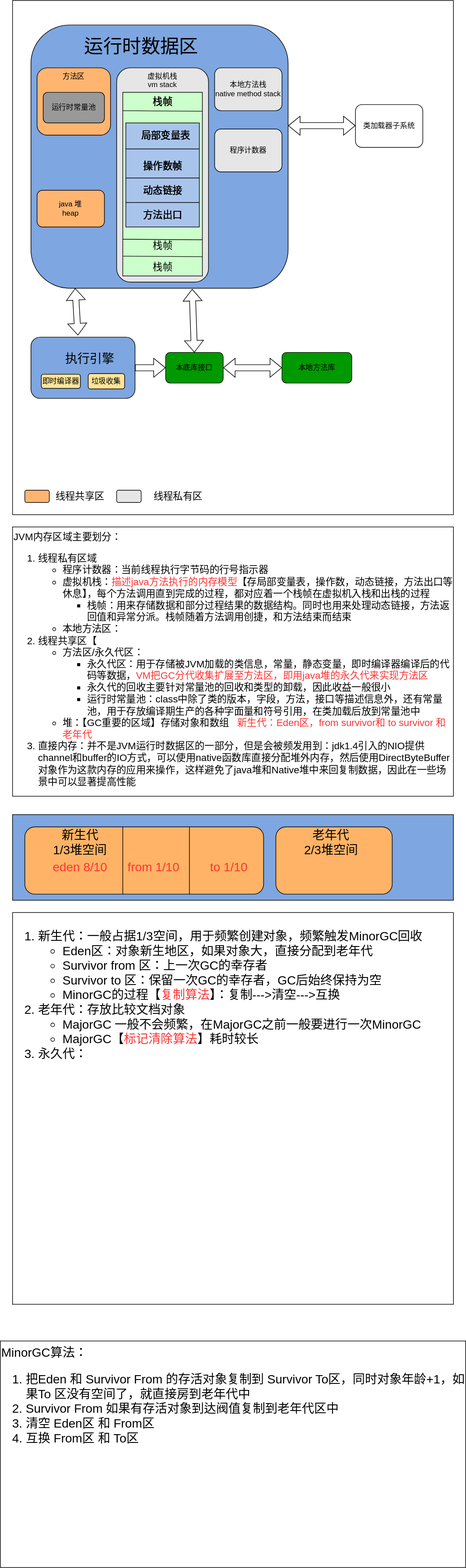
Above: java/jvm.svg in lore-study/java-picture-bed (draw.io), before the change. Source tidied: cells renumbered, new cells last; positions are measured from the earlier drawing's top-left corner, leaving out a move shared by most shapes.
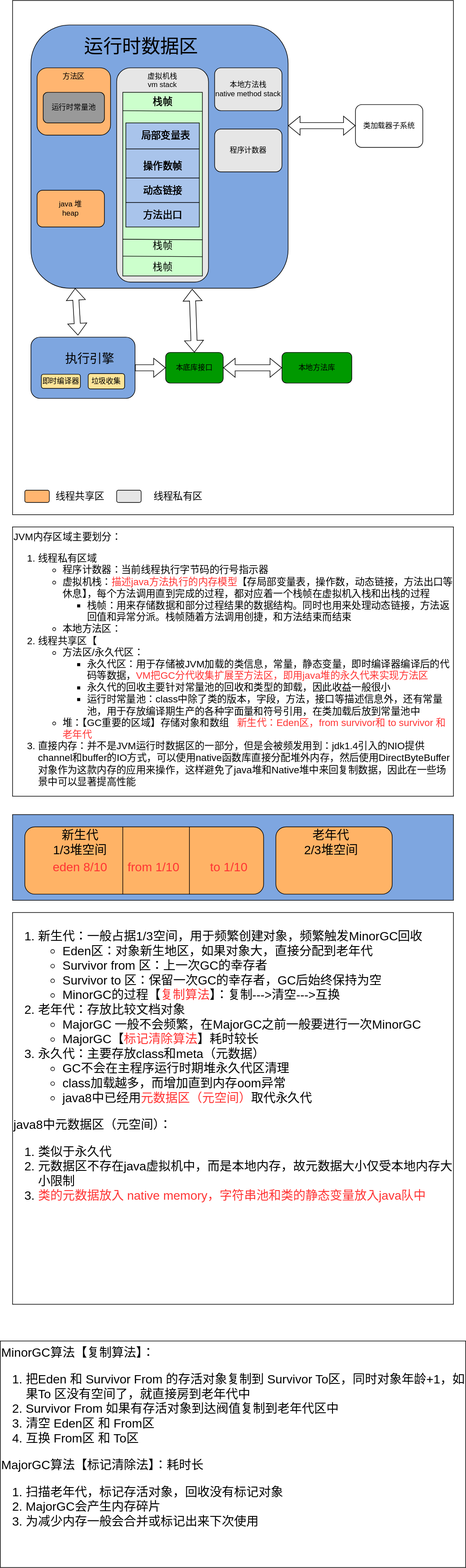
The same file after the commit.

What changed in the source:
```diff
@@ -227,7 +227,7 @@
     <mxCell id="71" style="rounded=1;whiteSpace=wrap;html=1;fillColor=#E6E6E6;" parent="67" vertex="1">
       <mxGeometry x="150" width="40" height="20" as="geometry" />
     </mxCell>
-    <mxCell id="72" value="&lt;ol&gt;&lt;li&gt;&lt;font&gt;新生代：一般占据1/3空间，用于频繁创建对象，频繁触发MinorGC回收&lt;/font&gt;&lt;/li&gt;&lt;ul&gt;&lt;li&gt;&lt;font&gt;Eden区：对象新生地区，如果对象大，直接分配到老年代&lt;/font&gt;&lt;/li&gt;&lt;li&gt;Survivor from 区：上一次GC的幸存者&lt;/li&gt;&lt;li&gt;Survivor to 区：保留一次GC的幸存者，GC后始终保持为空&lt;/li&gt;&lt;li&gt;MinorGC的过程【&lt;font color=&quot;#ff3333&quot;&gt;复制算法&lt;/font&gt;】：复制---&amp;gt;清空---&amp;gt;互换&lt;br&gt;&lt;/li&gt;&lt;/ul&gt;&lt;li&gt;&lt;font&gt;老年代：存放比较文档对象&lt;/font&gt;&lt;/li&gt;&lt;ul&gt;&lt;li&gt;&lt;font&gt;MajorGC 一般不会频繁，在MajorGC之前一般要进行一次MinorGC&lt;br&gt;&lt;/font&gt;&lt;/li&gt;&lt;li&gt;&lt;font&gt;MajorGC【&lt;font color=&quot;#ff3333&quot;&gt;标记清除算法&lt;/font&gt;】耗时较长&lt;br&gt;&lt;/font&gt;&lt;/li&gt;&lt;/ul&gt;&lt;li&gt;&lt;font&gt;永久代：&lt;/font&gt;&lt;/li&gt;&lt;/ol&gt;" style="rounded=0;whiteSpace=wrap;html=1;labelBackgroundColor=none;fontSize=20;fontColor=#000000;fillColor=#FFFFFF;verticalAlign=top;align=left;" parent="1" vertex="1">
+    <mxCell id="72" value="&lt;ol&gt;&lt;li&gt;&lt;font&gt;新生代：一般占据1/3空间，用于频繁创建对象，频繁触发MinorGC回收&lt;/font&gt;&lt;/li&gt;&lt;ul&gt;&lt;li&gt;&lt;font&gt;Eden区：对象新生地区，如果对象大，直接分配到老年代&lt;/font&gt;&lt;/li&gt;&lt;li&gt;Survivor from 区：上一次GC的幸存者&lt;/li&gt;&lt;li&gt;Survivor to 区：保留一次GC的幸存者，GC后始终保持为空&lt;/li&gt;&lt;li&gt;MinorGC的过程【&lt;font color=&quot;#ff3333&quot;&gt;复制算法&lt;/font&gt;】：复制---&amp;gt;清空---&amp;gt;互换&lt;br&gt;&lt;/li&gt;&lt;/ul&gt;&lt;li&gt;&lt;font&gt;老年代：存放比较文档对象&lt;/font&gt;&lt;/li&gt;&lt;ul&gt;&lt;li&gt;&lt;font&gt;MajorGC 一般不会频繁，在MajorGC之前一般要进行一次MinorGC&lt;br&gt;&lt;/font&gt;&lt;/li&gt;&lt;li&gt;&lt;font&gt;MajorGC【&lt;font color=&quot;#ff3333&quot;&gt;标记清除算法&lt;/font&gt;】耗时较长&lt;br&gt;&lt;/font&gt;&lt;/li&gt;&lt;/ul&gt;&lt;li&gt;&lt;font&gt;永久代：主要存放class和meta（元数据）&lt;/font&gt;&lt;/li&gt;&lt;ul&gt;&lt;li&gt;&lt;font&gt;GC不会在主程序运行时期堆永久代区清理&lt;/font&gt;&lt;/li&gt;&lt;li&gt;class加载越多，而增加直到内存oom异常&lt;/li&gt;&lt;li&gt;java8中已经用&lt;font color=&quot;#ff3333&quot;&gt;元数据区（元空间）&lt;/font&gt;取代永久代&lt;/li&gt;&lt;/ul&gt;&lt;/ol&gt;&lt;div&gt;java8中元数据区（元空间）：&lt;/div&gt;&lt;div&gt;&lt;ol&gt;&lt;li&gt;类似于永久代&lt;/li&gt;&lt;li&gt;元数据区不存在java虚拟机中，而是本地内存，故元数据大小仅受本地内存大小限制&lt;/li&gt;&lt;li&gt;&lt;font color=&quot;#ff3333&quot;&gt;类的元数据放入 native memory，字符串池和类的静态变量放入java队中&lt;/font&gt;&lt;/li&gt;&lt;/ol&gt;&lt;/div&gt;&lt;div&gt;&lt;br&gt;&lt;/div&gt;" style="rounded=0;whiteSpace=wrap;html=1;labelBackgroundColor=none;fontSize=20;fontColor=#000000;fillColor=#FFFFFF;verticalAlign=top;align=left;" parent="1" vertex="1">
       <mxGeometry x="20" y="1490" width="720" height="640" as="geometry" />
     </mxCell>
     <mxCell id="73" style="rounded=0;whiteSpace=wrap;html=1;labelBackgroundColor=none;fontSize=20;fontColor=#FF3333;fillColor=#7EA6E0;" parent="1" vertex="1">
@@ -266,7 +266,7 @@
     <mxCell id="82" value="eden 8/10" style="text;html=1;align=center;verticalAlign=middle;fillColor=none;strokeColor=none;rounded=0;labelBackgroundColor=none;fontSize=20;fontColor=#FF3333;" parent="1" vertex="1">
       <mxGeometry x="80" y="1400" width="100" height="30" as="geometry" />
     </mxCell>
-    <mxCell id="83" value="&lt;span style=&quot;color: rgb(0 , 0 , 0)&quot;&gt;MinorGC算法：&lt;br&gt;&lt;ol&gt;&lt;li&gt;&lt;span style=&quot;color: rgb(0 , 0 , 0)&quot;&gt;把Eden 和 Survivor From 的存活对象复制到 Survivor To区，同时对象年龄+1，如果To 区没有空间了，就直接房到老年代中&lt;/span&gt;&lt;/li&gt;&lt;li&gt;&lt;span style=&quot;color: rgb(0 , 0 , 0)&quot;&gt;Survivor From 如果有存活对象到达阀值复制到老年代区中&lt;br&gt;&lt;/span&gt;&lt;/li&gt;&lt;li&gt;&lt;span style=&quot;color: rgb(0 , 0 , 0)&quot;&gt;清空 Eden区 和 From区&lt;/span&gt;&lt;/li&gt;&lt;li&gt;&lt;span style=&quot;color: rgb(0 , 0 , 0)&quot;&gt;互换 From区 和 To区&lt;/span&gt;&lt;/li&gt;&lt;/ol&gt;&lt;br&gt;&lt;/span&gt;" style="rounded=0;whiteSpace=wrap;html=1;labelBackgroundColor=none;fontSize=20;fontColor=#FF3333;fillColor=#FFFFFF;align=left;verticalAlign=top;" parent="1" vertex="1">
+    <mxCell id="83" value="&lt;font color=&quot;#000000&quot;&gt;MinorGC算法【复制算法】：&lt;/font&gt;&lt;br&gt;&lt;ol style=&quot;color: rgb(0 , 0 , 0)&quot;&gt;&lt;li&gt;&lt;span style=&quot;color: rgb(0 , 0 , 0)&quot;&gt;把Eden 和 Survivor From 的存活对象复制到 Survivor To区，同时对象年龄+1，如果To 区没有空间了，就直接房到老年代中&lt;/span&gt;&lt;/li&gt;&lt;li&gt;&lt;span style=&quot;color: rgb(0 , 0 , 0)&quot;&gt;Survivor From 如果有存活对象到达阀值复制到老年代区中&lt;br&gt;&lt;/span&gt;&lt;/li&gt;&lt;li&gt;&lt;span style=&quot;color: rgb(0 , 0 , 0)&quot;&gt;清空 Eden区 和 From区&lt;/span&gt;&lt;/li&gt;&lt;li&gt;&lt;span style=&quot;color: rgb(0 , 0 , 0)&quot;&gt;互换 From区 和 To区&lt;/span&gt;&lt;/li&gt;&lt;/ol&gt;&lt;font color=&quot;#000000&quot;&gt;MajorGC算法【标记清除法】：&lt;/font&gt;&lt;span style=&quot;color: rgb(0 , 0 , 0)&quot;&gt;耗时长&lt;/span&gt;&lt;font color=&quot;#000000&quot;&gt;&lt;br&gt;&lt;ol&gt;&lt;li&gt;&lt;font color=&quot;#000000&quot;&gt;扫描老年代，标记存活对象，回收没有标记对象&lt;/font&gt;&lt;/li&gt;&lt;li&gt;&lt;font color=&quot;#000000&quot;&gt;MajorGC会产生内存碎片&lt;br&gt;&lt;/font&gt;&lt;/li&gt;&lt;li&gt;&lt;font color=&quot;#000000&quot;&gt;为减少内存一般会合并或标记出来下次使用&lt;/font&gt;&lt;/li&gt;&lt;/ol&gt;&lt;/font&gt;" style="rounded=0;whiteSpace=wrap;html=1;labelBackgroundColor=none;fontSize=20;fontColor=#FF3333;fillColor=#FFFFFF;align=left;verticalAlign=top;" parent="1" vertex="1">
       <mxGeometry y="2190" width="760" height="370" as="geometry" />
     </mxCell>
   </root>
```
